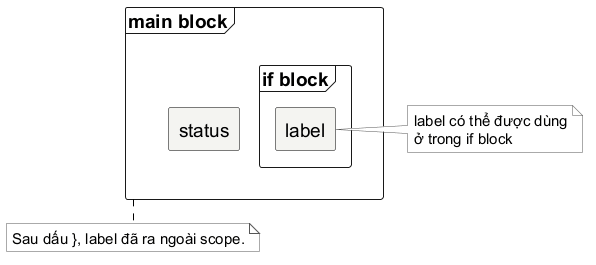
Above: assets/diagrams/go-scope-trace.png in Minhlike/Golang (PlantUML), before the change.
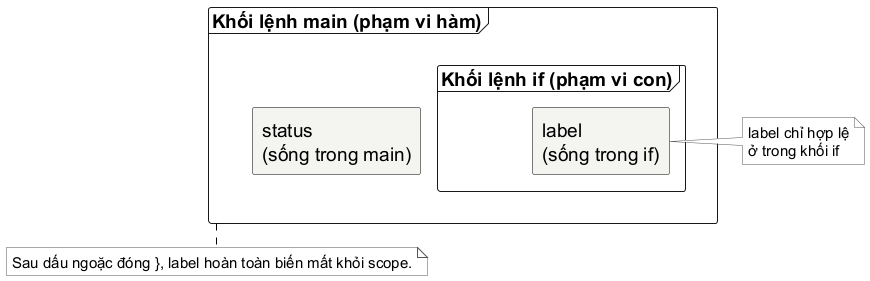
The same diagram one commit later.

Change to the diagram source:
```diff
@@ -18,17 +18,17 @@
   FontName "Source Sans 3"
   FontSize 15
 }
-frame "main block" as main {
-  rectangle "status" as status
-  frame "if block" as ifblock {
-    rectangle "label" as label
+frame "Khối lệnh main (phạm vi hàm)" as main {
+  rectangle "status\n(sống trong main)" as status
+  frame "Khối lệnh if (phạm vi con)" as ifblock {
+    rectangle "label\n(sống trong if)" as label
   }
 }
 note right of label
-  label có thể được dùng
-  ở trong if block
+  label chỉ hợp lệ
+  ở trong khối if
 end note
 note bottom of main
-  Sau dấu }, label đã ra ngoài scope.
+  Sau dấu ngoặc đóng }, label hoàn toàn biến mất khỏi scope.
 end note
 @enduml
```
